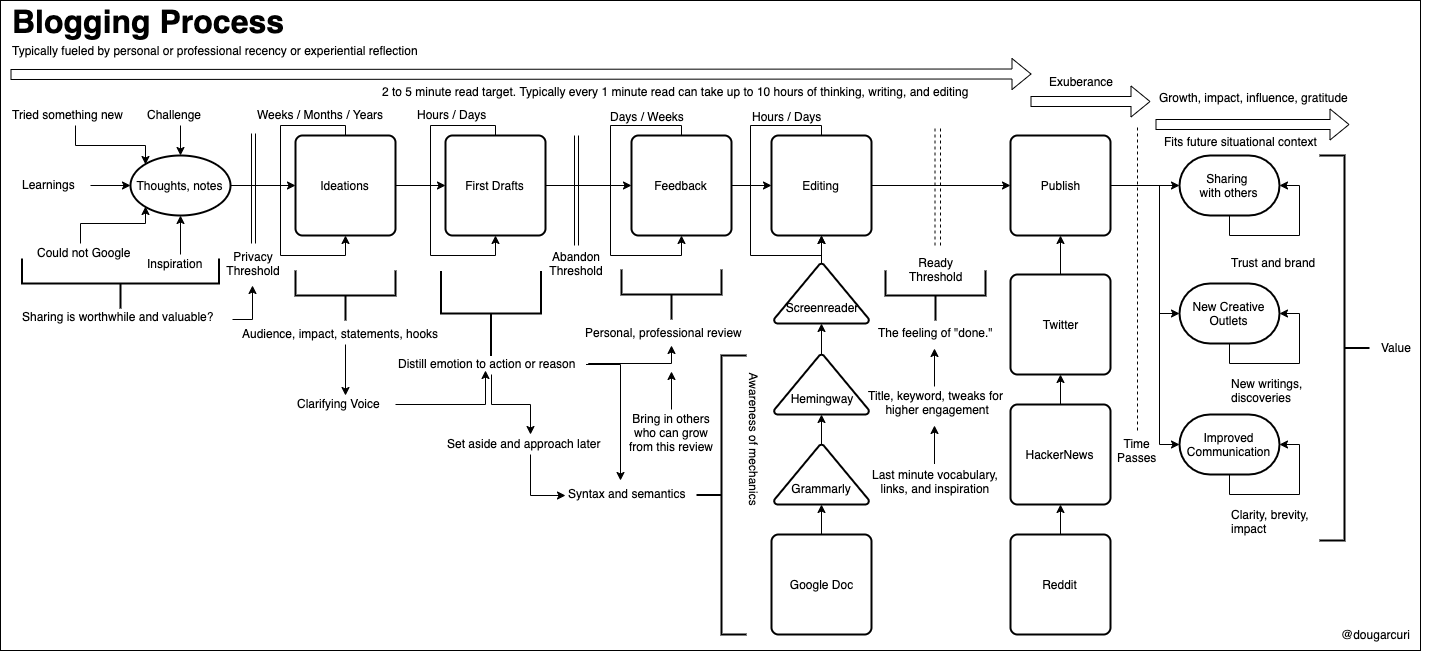
Before: mentoring/diagrams/blogging-process.png, a diagram exported from draw.io (solidi/learning-notes). Source tidied: cells renumbered, new cells last; positions are measured from the earlier drawing's top-left corner, leaving out a move shared by most shapes.
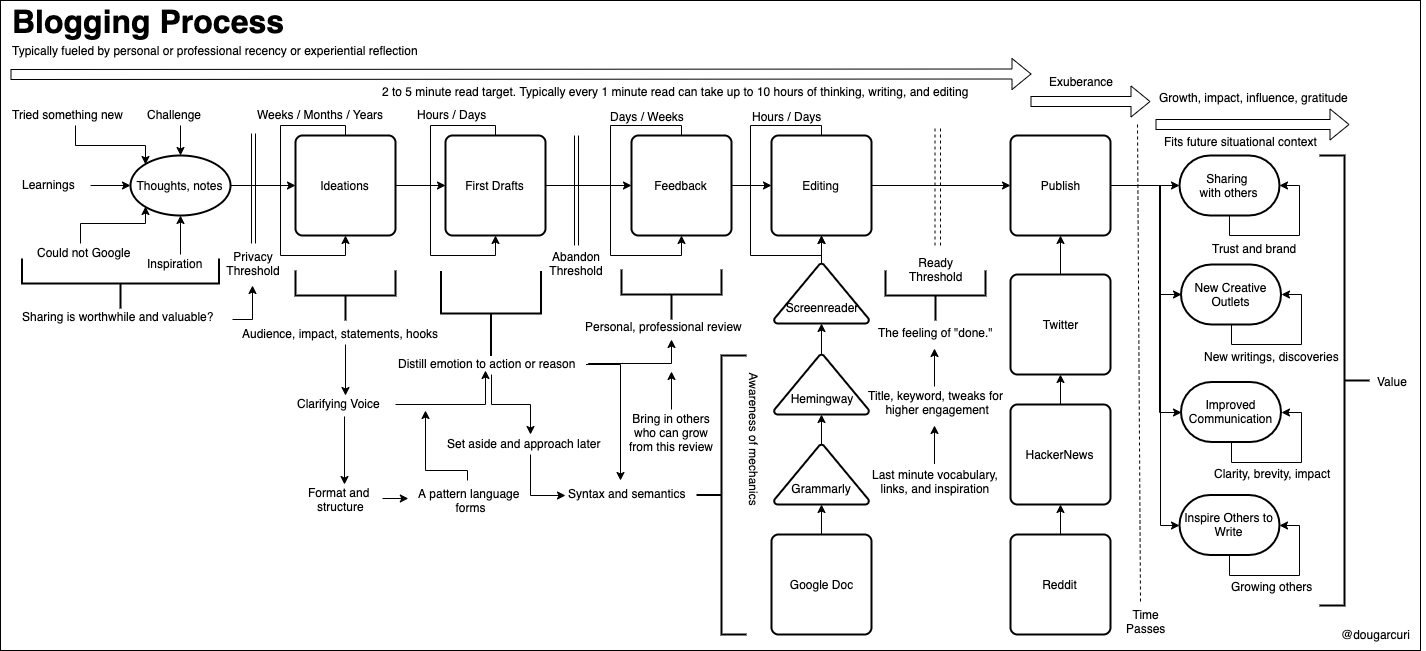
The same diagram one commit later.

Commit message:
Update blogging diagram with structure and feedback

Change to the diagram source:
```diff
@@ -77,7 +77,7 @@
       <mxGeometry relative="1" as="geometry">
         <Array as="points">
           <mxPoint x="1159" y="185" />
-          <mxPoint x="1159" y="313" />
+          <mxPoint x="1159" y="294" />
         </Array>
       </mxGeometry>
     </mxCell>
@@ -85,7 +85,7 @@
       <mxGeometry relative="1" as="geometry">
         <Array as="points">
           <mxPoint x="1159" y="185" />
-          <mxPoint x="1159" y="444" />
+          <mxPoint x="1159" y="412" />
         </Array>
       </mxGeometry>
     </mxCell>
@@ -137,7 +137,7 @@
       <mxGeometry x="646" y="244" width="50" height="100" as="geometry" />
     </mxCell>
     <mxCell id="35" value="Personal, professional review" style="text;html=1;points=[];align=left;verticalAlign=top;spacingTop=-4;" parent="1" vertex="1">
-      <mxGeometry x="583" y="323" width="170" height="20" as="geometry" />
+      <mxGeometry x="583" y="317" width="170" height="20" as="geometry" />
     </mxCell>
     <mxCell id="36" style="strokeWidth=2;html=1;shape=mxgraph.flowchart.annotation_2;align=left;labelPosition=right;rotation=-90;" parent="1" vertex="1">
       <mxGeometry x="448" y="263" width="85" height="100" as="geometry" />
@@ -229,14 +229,13 @@
     <mxCell id="58" value="Sharing&amp;nbsp;&lt;br&gt;with others" style="strokeWidth=2;html=1;shape=mxgraph.flowchart.terminator;whiteSpace=wrap;" parent="1" vertex="1">
       <mxGeometry x="1179" y="155" width="100" height="60" as="geometry" />
     </mxCell>
-    <mxCell id="59" style="endArrow=none;dashed=1;html=1;" parent="1" edge="1">
+    <mxCell id="59" style="endArrow=none;dashed=1;html=1;exitX=0.4;exitY=-0.133;exitDx=0;exitDy=0;exitPerimeter=0;" parent="1" edge="1" source="60">
       <mxGeometry relative="1" as="geometry">
-        <mxPoint x="1137" y="430" as="sourcePoint" />
         <mxPoint x="1137" y="124" as="targetPoint" />
       </mxGeometry>
     </mxCell>
     <mxCell id="60" value="Time&lt;br&gt;Passes" style="text;html=1;points=[];align=center;verticalAlign=top;spacingTop=-4;" parent="1" vertex="1">
-      <mxGeometry x="1111" y="434" width="50" height="30" as="geometry" />
+      <mxGeometry x="1120" y="605" width="50" height="30" as="geometry" />
     </mxCell>
     <mxCell id="61" style="shape=flexArrow;endArrow=classic;html=1;" parent="1" edge="1">
       <mxGeometry relative="1" as="geometry">
@@ -253,7 +252,7 @@
       <mxGeometry relative="1" as="geometry" />
     </mxCell>
     <mxCell id="64" value="Trust and brand" style="text;html=1;align=left;verticalAlign=top;spacingTop=-4;" parent="1" vertex="1">
-      <mxGeometry x="1229" y="253" width="100" height="20" as="geometry" />
+      <mxGeometry x="1210" y="239" width="100" height="20" as="geometry" />
     </mxCell>
     <mxCell id="65" value="2 to 5 minute read target. Typically every 1 minute read can take up to 10 hours of thinking, writing, and editing" style="text;html=1;align=center;verticalAlign=middle;labelBackgroundColor=#ffffff;" parent="1" vertex="1">
       <mxGeometry x="671" y="110" as="geometry">
@@ -302,28 +301,28 @@
       <mxGeometry x="10" y="105" width="130" height="20" as="geometry" />
     </mxCell>
     <mxCell id="78" value="New Creative Outlets" style="strokeWidth=2;html=1;shape=mxgraph.flowchart.terminator;whiteSpace=wrap;" parent="1" vertex="1">
-      <mxGeometry x="1179" y="283" width="100" height="60" as="geometry" />
+      <mxGeometry x="1180.5" y="264" width="100" height="60" as="geometry" />
     </mxCell>
     <mxCell id="79" style="edgeStyle=orthogonalEdgeStyle;rounded=0;orthogonalLoop=1;jettySize=auto;html=1;exitX=0.5;exitY=1;exitDx=0;exitDy=0;exitPerimeter=0;entryX=1;entryY=0.5;entryDx=0;entryDy=0;entryPerimeter=0;" parent="1" edge="1" source="78" target="78">
       <mxGeometry relative="1" as="geometry" />
     </mxCell>
-    <mxCell id="80" value="New writings, &lt;br&gt;discoveries" style="text;html=1;align=left;verticalAlign=top;spacingTop=-4;" parent="1" vertex="1">
-      <mxGeometry x="1229" y="374" width="90" height="30" as="geometry" />
+    <mxCell id="80" value="New writings, discoveries" style="text;html=1;align=left;verticalAlign=top;spacingTop=-4;" parent="1" vertex="1">
+      <mxGeometry x="1201.5" y="346.5" width="150" height="20" as="geometry" />
     </mxCell>
     <mxCell id="81" value="Improved Communication" style="strokeWidth=2;html=1;shape=mxgraph.flowchart.terminator;whiteSpace=wrap;" parent="1" vertex="1">
-      <mxGeometry x="1179" y="414" width="100" height="60" as="geometry" />
+      <mxGeometry x="1180.5" y="381.5" width="100" height="60" as="geometry" />
     </mxCell>
     <mxCell id="82" style="edgeStyle=orthogonalEdgeStyle;rounded=0;orthogonalLoop=1;jettySize=auto;html=1;exitX=0.5;exitY=1;exitDx=0;exitDy=0;exitPerimeter=0;entryX=1;entryY=0.5;entryDx=0;entryDy=0;entryPerimeter=0;" parent="1" edge="1" source="81" target="81">
       <mxGeometry relative="1" as="geometry" />
     </mxCell>
-    <mxCell id="83" value="Clarity, brevity,&lt;br&gt;impact&amp;nbsp;" style="text;html=1;align=left;verticalAlign=top;spacingTop=-4;" parent="1" vertex="1">
-      <mxGeometry x="1229" y="504.5" width="90" height="30" as="geometry" />
+    <mxCell id="83" value="Clarity, brevity, impact&amp;nbsp;" style="text;html=1;align=left;verticalAlign=top;spacingTop=-4;" parent="1" vertex="1">
+      <mxGeometry x="1211.5" y="463.5" width="140" height="20" as="geometry" />
     </mxCell>
     <mxCell id="84" style="strokeWidth=2;html=1;shape=mxgraph.flowchart.annotation_2;align=left;labelPosition=right;rotation=180;" parent="1" vertex="1">
-      <mxGeometry x="1319" y="155" width="50" height="385" as="geometry" />
+      <mxGeometry x="1319" y="155" width="50" height="450" as="geometry" />
     </mxCell>
     <mxCell id="85" value="Value" style="text;html=1;align=left;verticalAlign=top;spacingTop=-4;" parent="1" vertex="1">
-      <mxGeometry x="1379" y="337.5" width="50" height="20" as="geometry" />
+      <mxGeometry x="1375" y="371.5" width="50" height="20" as="geometry" />
     </mxCell>
     <mxCell id="86" style="shape=link;html=1;" parent="1" edge="1">
       <mxGeometry relative="1" as="geometry">
@@ -423,5 +422,46 @@
     <mxCell id="106" value="Awareness of mechanics" style="text;html=1;align=center;verticalAlign=middle;rotation=90;" parent="1" vertex="1">
       <mxGeometry x="678" y="429" width="150" height="20" as="geometry" />
     </mxCell>
+    <mxCell id="107" value="Inspire Others to Write" style="strokeWidth=2;html=1;shape=mxgraph.flowchart.terminator;whiteSpace=wrap;" parent="1" vertex="1">
+      <mxGeometry x="1179" y="494.5" width="100" height="60" as="geometry" />
+    </mxCell>
+    <mxCell id="108" style="edgeStyle=orthogonalEdgeStyle;rounded=0;orthogonalLoop=1;jettySize=auto;html=1;exitX=0.5;exitY=1;exitDx=0;exitDy=0;exitPerimeter=0;entryX=1;entryY=0.5;entryDx=0;entryDy=0;entryPerimeter=0;" parent="1" edge="1" source="107" target="107">
+      <mxGeometry relative="1" as="geometry" />
+    </mxCell>
+    <mxCell id="109" value="Growing others" style="text;html=1;align=left;verticalAlign=top;spacingTop=-4;" parent="1" vertex="1">
+      <mxGeometry x="1229" y="576.5" width="100" height="20" as="geometry" />
+    </mxCell>
+    <mxCell id="110" style="edgeStyle=orthogonalEdgeStyle;rounded=0;jettySize=auto;html=1;exitX=1;exitY=0.5;exitDx=0;exitDy=0;entryX=0;entryY=0.5;entryDx=0;entryDy=0;entryPerimeter=0;" parent="1" edge="1" target="107">
+      <mxGeometry relative="1" as="geometry">
+        <mxPoint x="1110.5" y="185" as="sourcePoint" />
+        <Array as="points">
+          <mxPoint x="1160" y="185" />
+          <mxPoint x="1160" y="525" />
+        </Array>
+      </mxGeometry>
+    </mxCell>
+    <mxCell id="111" value="A pattern language&amp;nbsp;&lt;br&gt;forms" style="text;html=1;align=center;verticalAlign=middle;points=[];" parent="1" vertex="1">
+      <mxGeometry x="410" y="485" width="120" height="30" as="geometry" />
+    </mxCell>
+    <mxCell id="112" value="Format and &lt;br&gt;structure" style="text;html=1;align=center;verticalAlign=middle;points=[];" parent="1" vertex="1">
+      <mxGeometry x="298" y="484" width="80" height="30" as="geometry" />
+    </mxCell>
+    <mxCell id="113" style="edgeStyle=orthogonalEdgeStyle;rounded=0;jettySize=auto;html=1;entryX=0.569;entryY=0;entryDx=0;entryDy=0;entryPerimeter=0;" parent="1" edge="1" target="112">
+      <mxGeometry relative="1" as="geometry">
+        <mxPoint x="344" y="416" as="sourcePoint" />
+      </mxGeometry>
+    </mxCell>
+    <mxCell id="114" style="endArrow=classic;html=1;exitX=1.05;exitY=0.467;exitDx=0;exitDy=0;exitPerimeter=0;entryX=-0.018;entryY=0.433;entryDx=0;entryDy=0;entryPerimeter=0;" parent="1" edge="1" source="112" target="111">
+      <mxGeometry relative="1" as="geometry" />
+    </mxCell>
+    <mxCell id="115" style="edgeStyle=orthogonalEdgeStyle;rounded=0;jettySize=auto;html=1;exitX=0.473;exitY=-0.167;exitDx=0;exitDy=0;exitPerimeter=0;" parent="1" edge="1" source="111">
+      <mxGeometry relative="1" as="geometry">
+        <mxPoint x="425" y="410" as="targetPoint" />
+        <Array as="points">
+          <mxPoint x="467" y="470" />
+          <mxPoint x="425" y="470" />
+        </Array>
+      </mxGeometry>
+    </mxCell>
   </root>
 </mxGraphModel>
```
